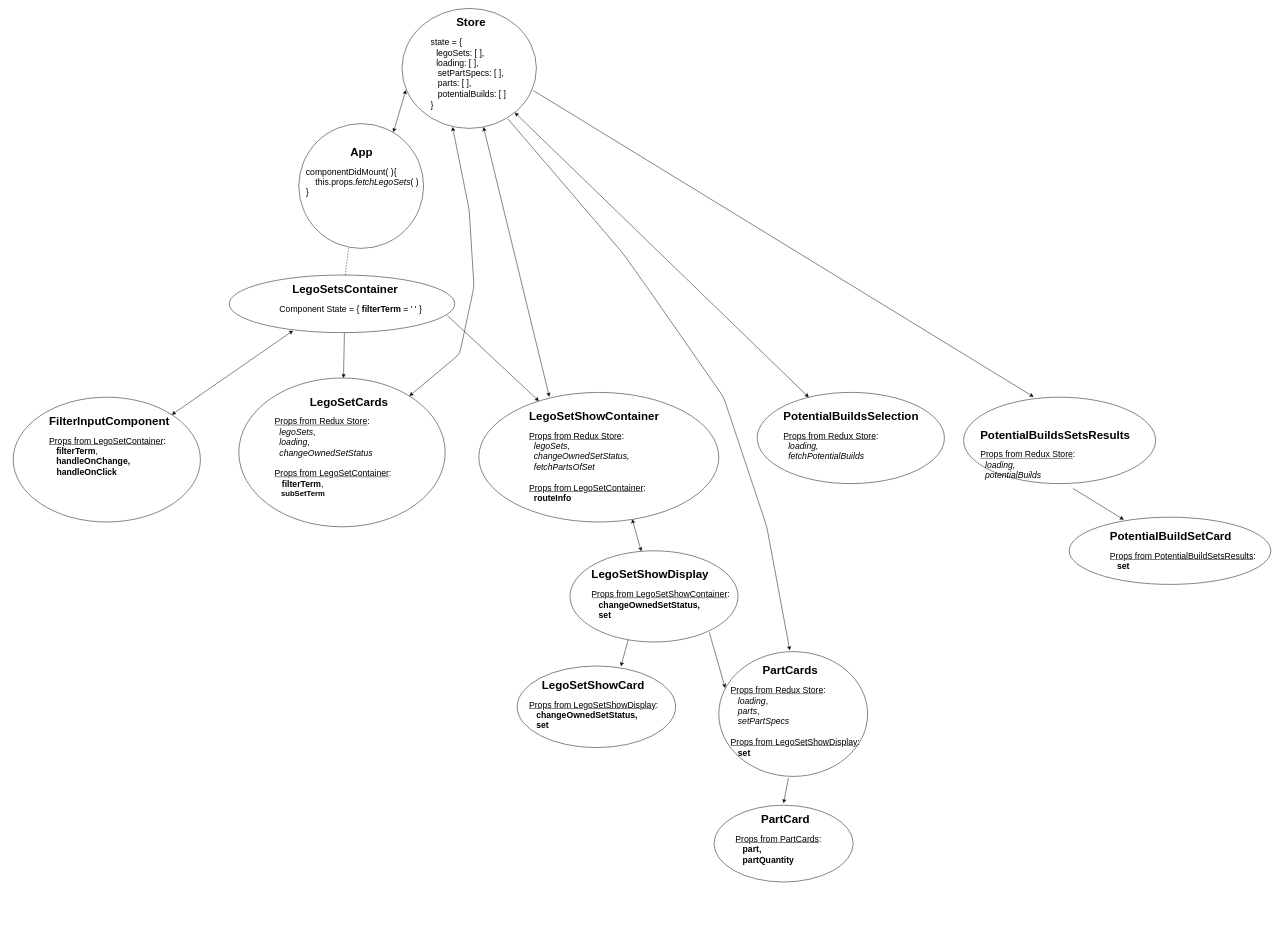
Above: StateTreeDiagram.drawio in DavidRMorphew/my-bricks-app-frontend (draw.io), before the change. Source tidied: cells renumbered, new cells numbered last; positions are measured from the earlier drawing's top-left corner, leaving out a move shared by most shapes. Both pictures are drawn from the tidied source at 48%, with x=0, y=0 at pixel (13, 8).
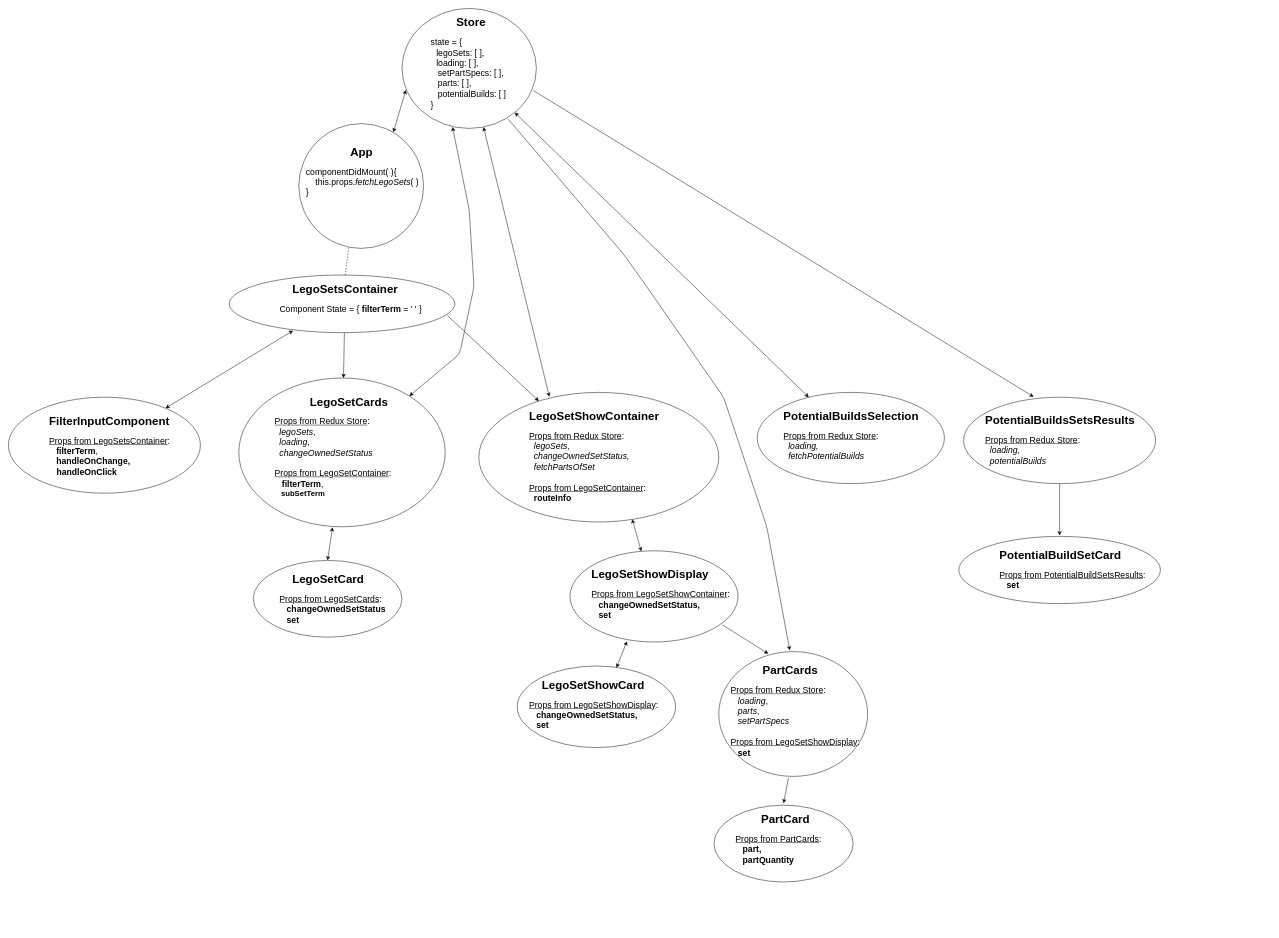
The same page after the edit.

Commit message (it also covers changes not shown here):
Cleaned up extraneous code in LegoSetCards

Unchanged cells that the change refers to:
```xml
<mxCell id="12" style="ellipse;whiteSpace=wrap;html=1;" parent="1" vertex="1">
  <mxGeometry x="470" y="770" width="430" height="310" as="geometry" />
</mxCell>
<mxCell id="24" style="ellipse;whiteSpace=wrap;html=1;" parent="1" vertex="1">
  <mxGeometry x="1980" y="810" width="400" height="180" as="geometry" />
</mxCell>
<mxCell id="31" style="ellipse;whiteSpace=wrap;html=1;" parent="1" vertex="1">
  <mxGeometry x="1160" y="1130" width="350" height="190" as="geometry" />
</mxCell>
<mxCell id="34" style="ellipse;whiteSpace=wrap;html=1;" parent="1" vertex="1">
  <mxGeometry x="1470" y="1340" width="310" height="260" as="geometry" />
</mxCell>
<mxCell id="35" style="ellipse;whiteSpace=wrap;html=1;" parent="1" vertex="1">
  <mxGeometry x="1050" y="1370" width="330" height="170" as="geometry" />
</mxCell>
```

Change to the diagram source:
```diff
@@
     <mxCell id="7" style="ellipse;whiteSpace=wrap;html=1;" parent="1" vertex="1">
-      <mxGeometry y="810" width="390" height="260" as="geometry" />
+      <mxGeometry x="-10" y="810" width="400" height="200" as="geometry" />
     </mxCell>
-    <mxCell id="8" value="&lt;h1&gt;FilterInputComponent&lt;/h1&gt;&lt;div&gt;&lt;div&gt;&lt;font style=&quot;font-size: 18px&quot;&gt;&lt;u&gt;Props from LegoSetContainer&lt;/u&gt;:&lt;br&gt;&lt;/font&gt;&lt;/div&gt;&lt;div&gt;&lt;font style=&quot;font-size: 18px&quot;&gt;&lt;i&gt;&amp;nbsp; &amp;nbsp;&lt;/i&gt;&lt;b&gt;filterTerm&lt;/b&gt;,&amp;nbsp;&lt;/font&gt;&lt;/div&gt;&lt;div&gt;&lt;font style=&quot;font-size: 18px&quot;&gt;&lt;i&gt;&amp;nbsp; &amp;nbsp;&lt;/i&gt;&lt;/font&gt;&lt;span&gt;&lt;b&gt;&lt;font style=&quot;font-size: 18px&quot;&gt;handleOnChange&lt;/font&gt;&lt;/b&gt;&lt;/span&gt;&lt;span&gt;&lt;b&gt;&lt;font style=&quot;font-size: 18px&quot;&gt;,&lt;/font&gt;&lt;/b&gt;&lt;span style=&quot;font-size: 14px&quot;&gt;&amp;nbsp;&lt;/span&gt;&lt;/span&gt;&lt;/div&gt;&lt;/div&gt;&lt;div&gt;&lt;span&gt;&lt;span style=&quot;font-size: 14px&quot;&gt;&amp;nbsp; &amp;nbsp;&amp;nbsp;&lt;/span&gt;&lt;font style=&quot;font-size: 18px&quot;&gt;&lt;b&gt;handleOnClick&lt;/b&gt;&lt;/font&gt;&lt;/span&gt;&lt;/div&gt;" style="text;html=1;strokeColor=none;fillColor=none;spacing=5;spacingTop=-20;whiteSpace=wrap;overflow=hidden;rounded=0;" parent="1" vertex="1">
-      <mxGeometry x="70" y="840" width="280" height="200" as="geometry" />
+    <mxCell id="8" value="&lt;h1&gt;FilterInputComponent&lt;/h1&gt;&lt;div&gt;&lt;div&gt;&lt;font style=&quot;font-size: 18px&quot;&gt;&lt;u&gt;Props from LegoSetsContainer&lt;/u&gt;:&lt;br&gt;&lt;/font&gt;&lt;/div&gt;&lt;div&gt;&lt;font style=&quot;font-size: 18px&quot;&gt;&lt;i&gt;&amp;nbsp; &amp;nbsp;&lt;/i&gt;&lt;b&gt;filterTerm&lt;/b&gt;,&amp;nbsp;&lt;/font&gt;&lt;/div&gt;&lt;div&gt;&lt;font style=&quot;font-size: 18px&quot;&gt;&lt;i&gt;&amp;nbsp; &amp;nbsp;&lt;/i&gt;&lt;/font&gt;&lt;span&gt;&lt;b&gt;&lt;font style=&quot;font-size: 18px&quot;&gt;handleOnChange&lt;/font&gt;&lt;/b&gt;&lt;/span&gt;&lt;span&gt;&lt;b&gt;&lt;font style=&quot;font-size: 18px&quot;&gt;,&lt;/font&gt;&lt;/b&gt;&lt;span style=&quot;font-size: 14px&quot;&gt;&amp;nbsp;&lt;/span&gt;&lt;/span&gt;&lt;/div&gt;&lt;/div&gt;&lt;div&gt;&lt;span&gt;&lt;span style=&quot;font-size: 14px&quot;&gt;&amp;nbsp; &amp;nbsp;&amp;nbsp;&lt;/span&gt;&lt;font style=&quot;font-size: 18px&quot;&gt;&lt;b&gt;handleOnClick&lt;/b&gt;&lt;/font&gt;&lt;/span&gt;&lt;/div&gt;" style="text;html=1;strokeColor=none;fillColor=none;spacing=5;spacingTop=-20;whiteSpace=wrap;overflow=hidden;rounded=0;" parent="1" vertex="1">
+      <mxGeometry x="70" y="840" width="280" height="150" as="geometry" />
     </mxCell>
@@
     <mxCell id="15" value="&lt;h1&gt;&amp;nbsp; &amp;nbsp; &amp;nbsp; &amp;nbsp; &amp;nbsp; &amp;nbsp;LegoSetCards&lt;/h1&gt;&lt;div&gt;&lt;font style=&quot;font-size: 18px&quot;&gt;&lt;u&gt;Props from Redux Store&lt;/u&gt;:&amp;nbsp;&lt;/font&gt;&lt;/div&gt;&lt;div&gt;&lt;font style=&quot;font-size: 18px&quot;&gt;&amp;nbsp; &lt;i&gt;legoSets&lt;/i&gt;,&lt;/font&gt;&lt;/div&gt;&lt;div&gt;&lt;font style=&quot;font-size: 18px&quot;&gt;&amp;nbsp; &lt;i&gt;loading&lt;/i&gt;,&lt;/font&gt;&lt;/div&gt;&lt;div&gt;&lt;font style=&quot;font-size: 18px&quot;&gt;&amp;nbsp; &lt;i&gt;changeOwnedSetStatus&lt;/i&gt;&lt;/font&gt;&lt;/div&gt;&lt;div&gt;&lt;font style=&quot;font-size: 18px&quot;&gt;&amp;nbsp; &amp;nbsp;&lt;/font&gt;&lt;/div&gt;&lt;div&gt;&lt;font style=&quot;font-size: 18px&quot;&gt;&lt;u&gt;Props from LegoSetContainer&lt;/u&gt;:&lt;br&gt;&lt;/font&gt;&lt;/div&gt;&lt;div&gt;&lt;font style=&quot;font-size: 18px&quot;&gt;&lt;i&gt;&amp;nbsp; &amp;nbsp;&lt;/i&gt;&lt;span&gt;&lt;b&gt;filterTerm&lt;/b&gt;&lt;/span&gt;&lt;span&gt;,&amp;nbsp;&lt;/span&gt;&lt;/font&gt;&lt;/div&gt;&lt;div&gt;&lt;font size=&quot;3&quot;&gt;&lt;i&gt;&amp;nbsp; &amp;nbsp;&lt;/i&gt;&lt;span&gt;&lt;b&gt;subSetTerm&lt;/b&gt;&lt;/span&gt;&lt;span&gt;&amp;nbsp;&lt;/span&gt;&lt;/font&gt;&lt;/div&gt;" style="text;html=1;strokeColor=none;fillColor=none;spacing=5;spacingTop=-20;whiteSpace=wrap;overflow=hidden;rounded=0;" parent="1" vertex="1">
-      <mxGeometry x="540" y="800" width="390" height="320" as="geometry" />
+      <mxGeometry x="540" y="800" width="390" height="240" as="geometry" />
     </mxCell>
@@
     <mxCell id="25" value="&lt;h1&gt;&amp;nbsp; PotentialBuildsSetsResults&amp;nbsp;&lt;/h1&gt;&lt;h1&gt;&lt;div style=&quot;font-size: 12px ; font-weight: 400&quot;&gt;&lt;div&gt;&lt;font style=&quot;font-size: 18px&quot;&gt;&lt;u&gt;Props from Redux Store&lt;/u&gt;:&amp;nbsp;&lt;/font&gt;&lt;/div&gt;&lt;div&gt;&lt;font style=&quot;font-size: 18px&quot;&gt;&amp;nbsp;&amp;nbsp;&lt;/font&gt;&lt;i style=&quot;font-size: 18px&quot;&gt;loading,&lt;/i&gt;&lt;/div&gt;&lt;/div&gt;&lt;div style=&quot;font-size: 12px ; font-weight: 400&quot;&gt;&lt;font style=&quot;font-size: 18px&quot;&gt;&amp;nbsp;&amp;nbsp;&lt;i&gt;potentialBuilds&lt;/i&gt;&lt;/font&gt;&lt;/div&gt;&lt;/h1&gt;&lt;div&gt;&lt;span style=&quot;font-size: 18px ; font-weight: normal&quot;&gt;&lt;br&gt;&lt;/span&gt;&lt;/div&gt;&lt;div&gt;&lt;span style=&quot;font-size: 18px ; font-weight: normal&quot;&gt;&lt;br&gt;&lt;/span&gt;&lt;/div&gt;" style="text;html=1;strokeColor=none;fillColor=none;spacing=5;spacingTop=-20;whiteSpace=wrap;overflow=hidden;rounded=0;" parent="1" vertex="1">
-      <mxGeometry x="2010" y="840" width="340" height="160" as="geometry" />
+      <mxGeometry x="2020" y="810" width="340" height="160" as="geometry" />
     </mxCell>
@@
     <mxCell id="28" style="ellipse;whiteSpace=wrap;html=1;" parent="1" vertex="1">
-      <mxGeometry x="2200" y="1060" width="420" height="140" as="geometry" />
+      <mxGeometry x="1970" y="1100" width="420" height="140" as="geometry" />
     </mxCell>
     <mxCell id="29" value="&lt;h1&gt;PotentialBuildSetCard&lt;/h1&gt;&lt;div&gt;&lt;div&gt;&lt;font style=&quot;font-size: 18px&quot;&gt;&lt;u&gt;Props from PotentialBuildSetsResults&lt;/u&gt;:&lt;i&gt;&lt;br&gt;&lt;/i&gt;&lt;/font&gt;&lt;/div&gt;&lt;/div&gt;&lt;div&gt;&lt;font style=&quot;font-size: 18px&quot;&gt;&amp;nbsp; &amp;nbsp;&lt;b&gt;set&lt;/b&gt;&lt;/font&gt;&lt;/div&gt;" style="text;html=1;strokeColor=none;fillColor=none;spacing=5;spacingTop=-20;whiteSpace=wrap;overflow=hidden;rounded=0;" parent="1" vertex="1">
-      <mxGeometry x="2280" y="1080" width="330" height="120" as="geometry" />
+      <mxGeometry x="2050" y="1120" width="330" height="120" as="geometry" />
     </mxCell>
-    <mxCell id="30" style="endArrow=classic;html=1;entryX=0.271;entryY=0.037;entryDx=0;entryDy=0;entryPerimeter=0;exitX=0.582;exitY=1.001;exitDx=0;exitDy=0;exitPerimeter=0;" parent="1" edge="1" source="25" target="28">
-      <mxGeometry relative="1" as="geometry" />
+    <mxCell id="30" style="endArrow=classic;html=1;exitX=0.5;exitY=1;exitDx=0;exitDy=0;" parent="1" edge="1" source="24">
+      <mxGeometry relative="1" as="geometry">
+        <mxPoint x="2180" y="1098" as="targetPoint" />
+      </mxGeometry>
     </mxCell>
@@
-    <mxCell id="37" style="endArrow=classic;html=1;entryX=0.655;entryY=0.004;entryDx=0;entryDy=0;entryPerimeter=0;exitX=0.346;exitY=0.977;exitDx=0;exitDy=0;exitPerimeter=0;" parent="1" edge="1" source="31" target="35">
-      <mxGeometry relative="1" as="geometry" />
-    </mxCell>
@@
-    <mxCell id="40" style="endArrow=classic;html=1;entryX=0.043;entryY=0.291;entryDx=0;entryDy=0;entryPerimeter=0;exitX=0.829;exitY=0.895;exitDx=0;exitDy=0;exitPerimeter=0;" parent="1" edge="1" source="31" target="34">
+    <mxCell id="40" style="endArrow=classic;html=1;entryX=0.333;entryY=0.017;entryDx=0;entryDy=0;entryPerimeter=0;exitX=0.907;exitY=0.812;exitDx=0;exitDy=0;exitPerimeter=0;" parent="1" edge="1" source="31" target="34">
       <mxGeometry relative="1" as="geometry" />
     </mxCell>
@@
     <mxCell id="42" value="&lt;h1&gt;&amp;nbsp; &amp;nbsp; &amp;nbsp; &amp;nbsp; PartCard&lt;/h1&gt;&lt;div&gt;&lt;div&gt;&lt;div&gt;&lt;font style=&quot;font-size: 18px&quot;&gt;&lt;u&gt;Props from PartCards&lt;/u&gt;:&lt;i&gt;&lt;br&gt;&lt;/i&gt;&lt;/font&gt;&lt;/div&gt;&lt;/div&gt;&lt;div&gt;&lt;font style=&quot;font-size: 18px&quot;&gt;&amp;nbsp; &amp;nbsp;&lt;b&gt;part,&lt;/b&gt;&lt;/font&gt;&lt;/div&gt;&lt;/div&gt;&lt;div&gt;&lt;font style=&quot;font-size: 18px&quot;&gt;&lt;b&gt;&amp;nbsp; &amp;nbsp;partQuantity&lt;/b&gt;&lt;/font&gt;&lt;/div&gt;" style="text;html=1;strokeColor=none;fillColor=none;spacing=5;spacingTop=-20;whiteSpace=wrap;overflow=hidden;rounded=0;" parent="1" vertex="1">
-      <mxGeometry x="1500" y="1670" width="300" height="250" as="geometry" />
+      <mxGeometry x="1500" y="1670" width="210" height="130" as="geometry" />
     </mxCell>
@@
+    <mxCell id="45" style="endArrow=classic;startArrow=classic;html=1;exitX=0.627;exitY=0.021;exitDx=0;exitDy=0;exitPerimeter=0;entryX=0.339;entryY=0.992;entryDx=0;entryDy=0;entryPerimeter=0;" parent="1" edge="1" source="35" target="31">
+      <mxGeometry relative="1" as="geometry" />
+    </mxCell>
+    <mxCell id="46" style="ellipse;whiteSpace=wrap;html=1;" parent="1" vertex="1">
+      <mxGeometry x="500" y="1150" width="310" height="160" as="geometry" />
+    </mxCell>
+    <mxCell id="47" value="&lt;h1&gt;&amp;nbsp; &amp;nbsp; LegoSetCard&lt;/h1&gt;&lt;div&gt;&lt;div&gt;&lt;font style=&quot;font-size: 18px&quot;&gt;&lt;u&gt;Props from LegoSetCards&lt;/u&gt;:&lt;br&gt;&lt;/font&gt;&lt;/div&gt;&lt;/div&gt;&lt;div&gt;&lt;font style=&quot;font-size: 18px&quot;&gt;&amp;nbsp; &amp;nbsp;&lt;b&gt;changeOwnedSetStatus&lt;/b&gt;&lt;/font&gt;&lt;/div&gt;&lt;div&gt;&lt;font style=&quot;font-size: 18px&quot;&gt;&lt;b&gt;&amp;nbsp; &amp;nbsp;set&lt;/b&gt;&lt;/font&gt;&lt;/div&gt;&lt;div&gt;&lt;font style=&quot;font-size: 18px&quot;&gt;&lt;br&gt;&lt;/font&gt;&lt;/div&gt;" style="text;html=1;strokeColor=none;fillColor=none;spacing=5;spacingTop=-20;whiteSpace=wrap;overflow=hidden;rounded=0;" parent="1" vertex="1">
+      <mxGeometry x="550" y="1170" width="260" height="120" as="geometry" />
+    </mxCell>
+    <mxCell id="48" style="endArrow=classic;startArrow=classic;html=1;entryX=0.454;entryY=1.003;entryDx=0;entryDy=0;entryPerimeter=0;exitX=0.5;exitY=0;exitDx=0;exitDy=0;" parent="1" edge="1" source="46" target="12">
+      <mxGeometry relative="1" as="geometry" />
+    </mxCell>
```
